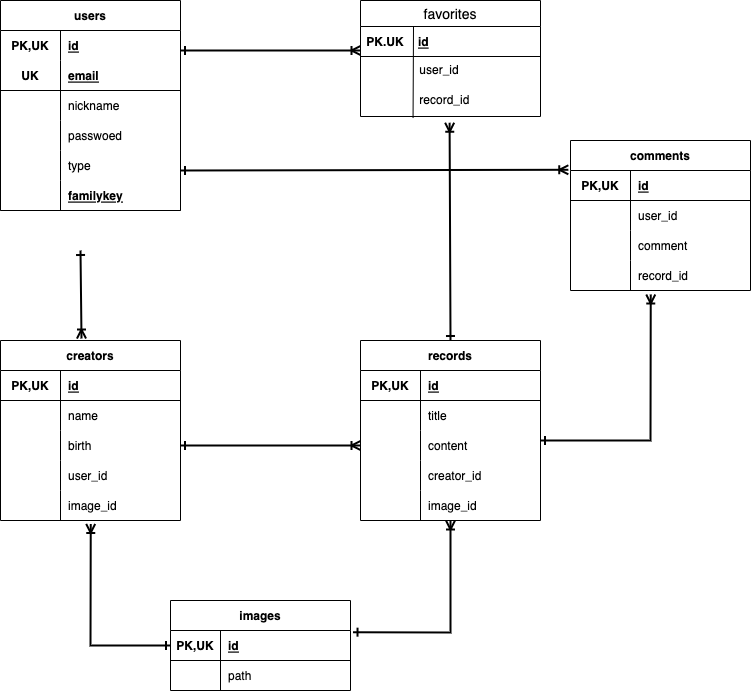
misternogood/issue_repository keeps this draw.io diagram as 自作アプリテーブル定義書-ER図/.drawio.png. Above is the earlier version. Source tidied: cells renumbered, new cells last; positions are measured from the earlier drawing's top-left corner, leaving out a move shared by most shapes.
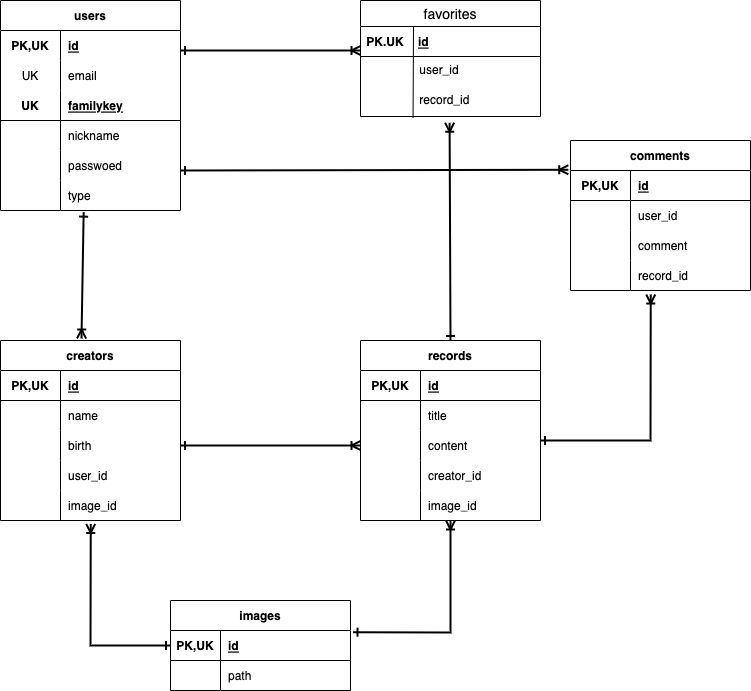
The same file after the commit.

Commit message:
ER図不備修正

Change to the diagram source:
```diff
@@ -14,17 +14,26 @@
     <mxCell id="5" value="id" style="shape=partialRectangle;fillColor=none;top=0;left=0;bottom=0;right=0;align=left;spacingLeft=6;fontStyle=5;overflow=hidden;" parent="3" vertex="1">
       <mxGeometry x="60" width="120" height="30" as="geometry" />
     </mxCell>
+    <mxCell id="89" style="shape=tableRow;horizontal=0;startSize=0;swimlaneHead=0;swimlaneBody=0;fillColor=none;top=0;left=0;right=0;bottom=0;" parent="2" vertex="1">
+      <mxGeometry y="60" width="180" height="30" as="geometry" />
+    </mxCell>
+    <mxCell id="90" value="UK" style="shape=partialRectangle;fillColor=none;top=0;left=0;bottom=0;right=0;fontStyle=0;overflow=hidden;" parent="89" vertex="1">
+      <mxGeometry width="60" height="30" as="geometry" />
+    </mxCell>
+    <mxCell id="91" value="email" style="shape=partialRectangle;fillColor=none;top=0;left=0;bottom=0;right=0;align=left;spacingLeft=6;fontStyle=0;overflow=hidden;" parent="89" vertex="1">
+      <mxGeometry x="60" width="120" height="30" as="geometry" />
+    </mxCell>
     <mxCell id="6" style="shape=tableRow;horizontal=0;startSize=0;swimlaneHead=0;swimlaneBody=0;fillColor=none;top=0;left=0;right=0;bottom=1;" parent="2" vertex="1">
-      <mxGeometry y="60" width="180" height="30" as="geometry" />
+      <mxGeometry y="90" width="180" height="30" as="geometry" />
     </mxCell>
     <mxCell id="7" value="UK" style="shape=partialRectangle;fillColor=none;top=0;left=0;bottom=0;right=0;fontStyle=1;overflow=hidden;" parent="6" vertex="1">
       <mxGeometry width="60" height="30" as="geometry" />
     </mxCell>
-    <mxCell id="8" value="email" style="shape=partialRectangle;fillColor=none;top=0;left=0;bottom=0;right=0;align=left;spacingLeft=6;fontStyle=5;overflow=hidden;" parent="6" vertex="1">
+    <mxCell id="8" value="familykey" style="shape=partialRectangle;fillColor=none;top=0;left=0;bottom=0;right=0;align=left;spacingLeft=6;fontStyle=5;overflow=hidden;" parent="6" vertex="1">
       <mxGeometry x="60" width="120" height="30" as="geometry" />
     </mxCell>
     <mxCell id="9" style="shape=tableRow;horizontal=0;startSize=0;swimlaneHead=0;swimlaneBody=0;fillColor=none;top=0;left=0;right=0;bottom=0;" parent="2" vertex="1">
-      <mxGeometry y="90" width="180" height="30" as="geometry" />
+      <mxGeometry y="120" width="180" height="30" as="geometry" />
     </mxCell>
     <mxCell id="10" style="shape=partialRectangle;fillColor=none;top=0;left=0;bottom=0;right=0;overflow=hidden;" parent="9" vertex="1">
       <mxGeometry width="60" height="30" as="geometry" />
@@ -33,7 +42,7 @@
       <mxGeometry x="60" width="120" height="30" as="geometry" />
     </mxCell>
     <mxCell id="12" style="shape=tableRow;horizontal=0;startSize=0;swimlaneHead=0;swimlaneBody=0;fillColor=none;top=0;left=0;right=0;bottom=0;" parent="2" vertex="1">
-      <mxGeometry y="120" width="180" height="30" as="geometry" />
+      <mxGeometry y="150" width="180" height="30" as="geometry" />
     </mxCell>
     <mxCell id="13" style="shape=partialRectangle;fillColor=none;top=0;left=0;bottom=0;right=0;overflow=hidden;" parent="12" vertex="1">
       <mxGeometry width="60" height="30" as="geometry" />
@@ -42,7 +51,7 @@
       <mxGeometry x="60" width="120" height="30" as="geometry" />
     </mxCell>
     <mxCell id="15" style="shape=tableRow;horizontal=0;startSize=0;swimlaneHead=0;swimlaneBody=0;fillColor=none;top=0;left=0;right=0;bottom=0;" parent="2" vertex="1">
-      <mxGeometry y="150" width="180" height="30" as="geometry" />
+      <mxGeometry y="180" width="180" height="30" as="geometry" />
     </mxCell>
     <mxCell id="16" style="shape=partialRectangle;fillColor=none;top=0;left=0;bottom=0;right=0;fontStyle=0;overflow=hidden;" parent="15" vertex="1">
       <mxGeometry width="60" height="30" as="geometry" />
@@ -50,15 +59,6 @@
     <mxCell id="17" value="type" style="shape=partialRectangle;fillColor=none;top=0;left=0;bottom=0;right=0;align=left;spacingLeft=6;fontStyle=0;overflow=hidden;" parent="15" vertex="1">
       <mxGeometry x="60" width="120" height="30" as="geometry" />
     </mxCell>
-    <mxCell id="18" style="shape=tableRow;horizontal=0;startSize=0;swimlaneHead=0;swimlaneBody=0;fillColor=none;top=0;left=0;right=0;bottom=1;" parent="2" vertex="1">
-      <mxGeometry y="180" width="180" height="30" as="geometry" />
-    </mxCell>
-    <mxCell id="19" style="shape=partialRectangle;fillColor=none;top=0;left=0;bottom=0;right=0;fontStyle=1;overflow=hidden;" parent="18" vertex="1">
-      <mxGeometry width="60" height="30" as="geometry" />
-    </mxCell>
-    <mxCell id="20" value="familykey" style="shape=partialRectangle;fillColor=none;top=0;left=0;bottom=0;right=0;align=left;spacingLeft=6;fontStyle=5;overflow=hidden;" parent="18" vertex="1">
-      <mxGeometry x="60" width="120" height="30" as="geometry" />
-    </mxCell>
     <mxCell id="21" value="creators" style="shape=table;startSize=30;rowLines=0;fontStyle=1;align=center;" parent="1" vertex="1">
       <mxGeometry y="340" width="180" height="180" as="geometry" />
     </mxCell>
@@ -181,9 +181,9 @@
     <mxCell id="60" value="                record_id" style="text;strokeColor=none;fillColor=none;spacingLeft=4;spacingRight=4;overflow=hidden;points=[[0,0.5],[1,0.5]];portConstraint=eastwest;fontSize=12;" parent="53" vertex="1">
       <mxGeometry y="86" width="180" height="30" as="geometry" />
     </mxCell>
-    <mxCell id="61" style="endArrow=ERoneToMany;html=1;rounded=0;entryX=0.45;entryY=-0.011;entryDx=0;entryDy=0;entryPerimeter=0;strokeWidth=2;startArrow=ERone;startFill=0;endFill=0;" parent="1" edge="1" target="21">
+    <mxCell id="61" style="endArrow=ERoneToMany;html=1;rounded=0;entryX=0.45;entryY=-0.011;entryDx=0;entryDy=0;entryPerimeter=0;strokeWidth=2;startArrow=ERone;startFill=0;endFill=0;exitX=0.462;exitY=1.055;exitDx=0;exitDy=0;exitPerimeter=0;" parent="1" edge="1" target="21">
       <mxGeometry relative="1" as="geometry">
-        <mxPoint x="80" y="250" as="sourcePoint" />
+        <mxPoint x="83.2" y="211.7" as="sourcePoint" />
       </mxGeometry>
     </mxCell>
     <mxCell id="62" style="endArrow=ERoneToMany;html=1;rounded=0;strokeWidth=2;startArrow=ERone;startFill=0;endFill=0;exitX=1;exitY=0.5;exitDx=0;exitDy=0;entryX=0;entryY=0.5;entryDx=0;entryDy=0;" parent="1" edge="1" source="28" target="44">
```
